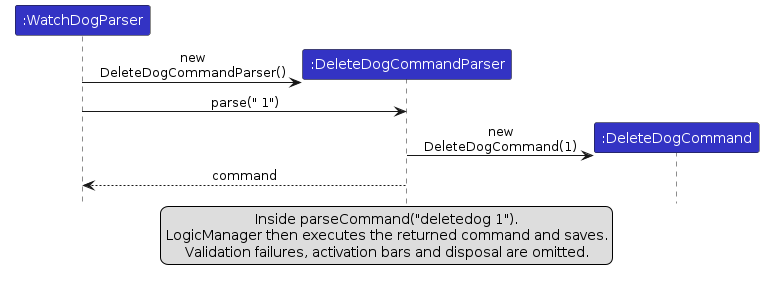
Above: diagrams/DeleteSequenceDiagram.png in AY2627S1-CS2103T-T15-4/tp (PlantUML), before the change. Its source is kept beside it as diagrams/DeleteSequenceDiagram.puml.
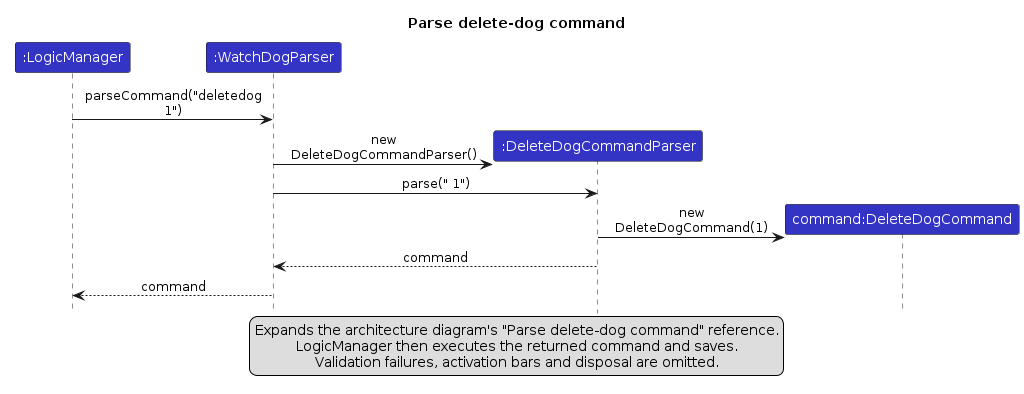
After the commit.

What changed in the source:
```diff
@@ -3,20 +3,24 @@
 skinparam ArrowFontStyle plain
 skinparam ParticipantFontColor #FFFFFF
 skinparam maxMessageSize 180
+title Parse delete-dog command
 
+participant ":LogicManager" as Logic LOGIC_COLOR
 participant ":WatchDogParser" as Router LOGIC_COLOR
 participant ":DeleteDogCommandParser" as Parser LOGIC_COLOR
-participant ":DeleteDogCommand" as Command LOGIC_COLOR
+participant "command:DeleteDogCommand" as Command LOGIC_COLOR
 
+Logic -> Router : parseCommand("deletedog 1")
 create Parser
 Router -> Parser : new DeleteDogCommandParser()
 Router -> Parser : parse(" 1")
 create Command
 Parser -> Command : new DeleteDogCommand(1)
 Parser --> Router : command
+Router --> Logic : command
 
 legend bottom
-  Inside parseCommand("deletedog 1").
+  Expands the architecture diagram's "Parse delete-dog command" reference.
   LogicManager then executes the returned command and saves.
   Validation failures, activation bars and disposal are omitted.
 endlegend
```
